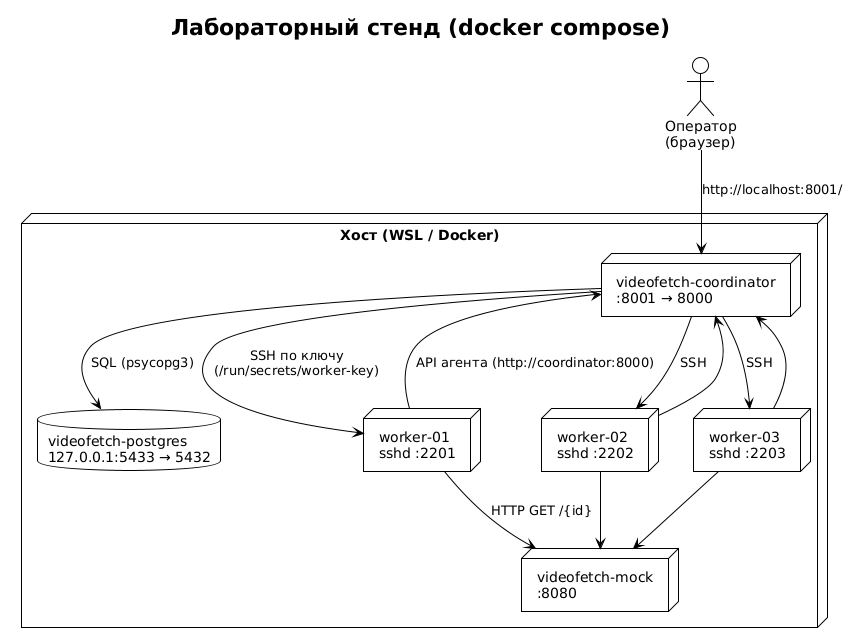
Before: docs/diagrams/deployment.png, a diagram exported from PlantUML (albert-dvrk/upt).
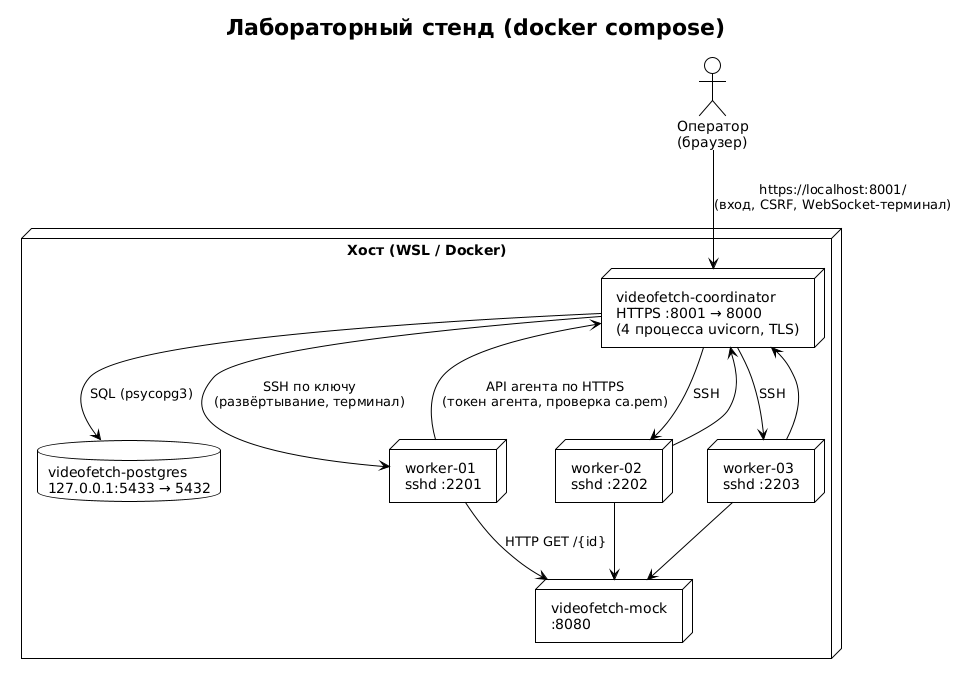
After the commit.

The edit, as a diff of the source:
```diff
@@ -5,7 +5,7 @@
 title Лабораторный стенд (docker compose)
 
 node "Хост (WSL / Docker)" {
-  node "videofetch-coordinator\n:8001 → 8000" as C
+  node "videofetch-coordinator\nHTTPS :8001 → 8000\n(4 процесса uvicorn, TLS)" as C
   database "videofetch-postgres\n127.0.0.1:5433 → 5432" as P
   node "videofetch-mock\n:8080" as M
   node "worker-01\nsshd :2201" as W1
@@ -14,12 +14,12 @@
 }
 actor "Оператор\n(браузер)" as U
 
-U --> C : http://localhost:8001/
+U --> C : https://localhost:8001/\n(вход, CSRF, WebSocket-терминал)
 C --> P : SQL (psycopg3)
-C --> W1 : SSH по ключу\n(/run/secrets/worker-key)
+C --> W1 : SSH по ключу\n(развёртывание, терминал)
 C --> W2 : SSH
 C --> W3 : SSH
-W1 --> C : API агента (http://coordinator:8000)
+W1 --> C : API агента по HTTPS\n(токен агента, проверка ca.pem)
 W2 --> C
 W3 --> C
 W1 --> M : HTTP GET /{id}
```
